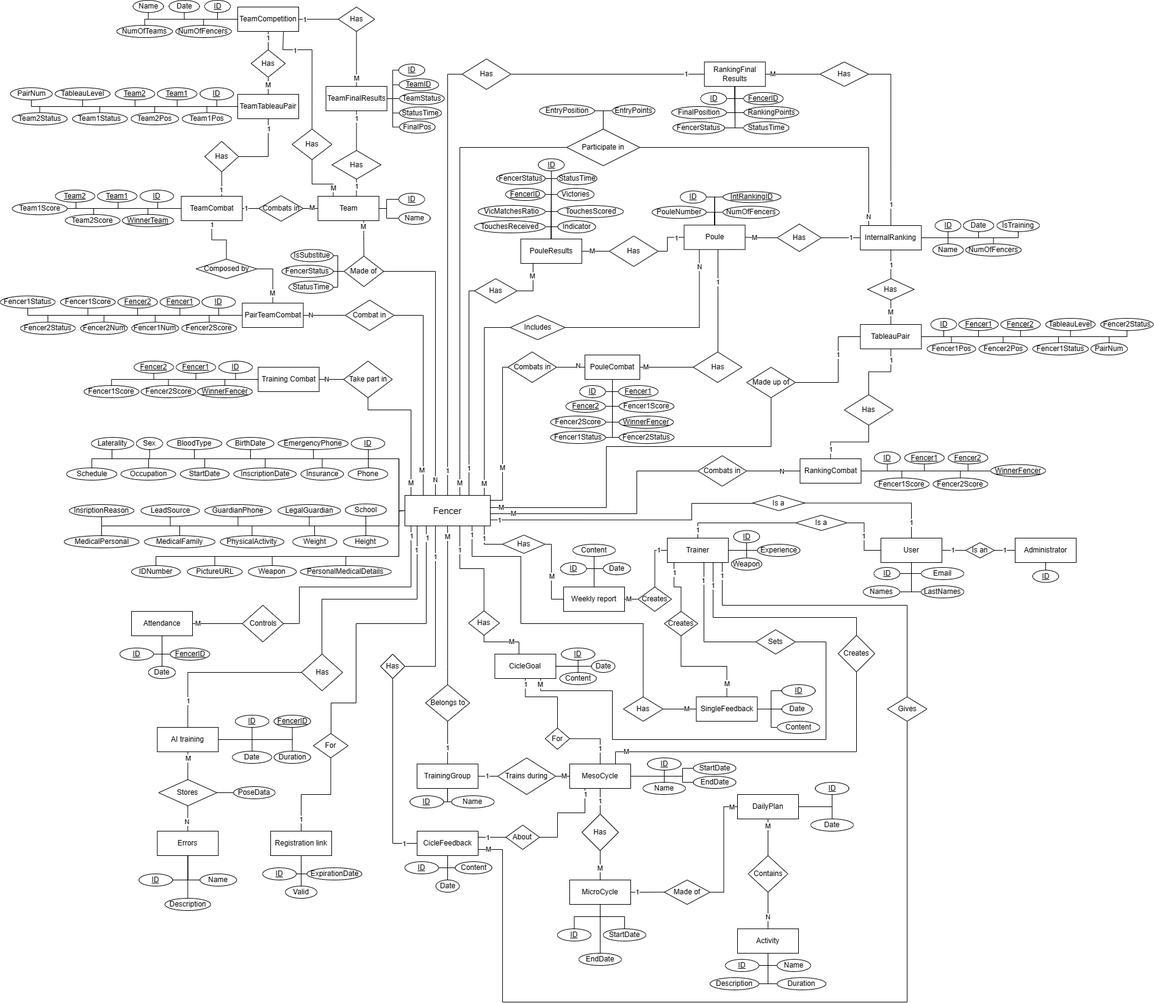
Diego-Hiriart/Capstone_Hiriart-Corales-Samaniego keeps this draw.io diagram as Design/Web app/Database ER diagram.png. Above is the earlier version. Source tidied: cells renumbered, new cells last; positions are measured from the earlier drawing's top-left corner, leaving out a move shared by most shapes.
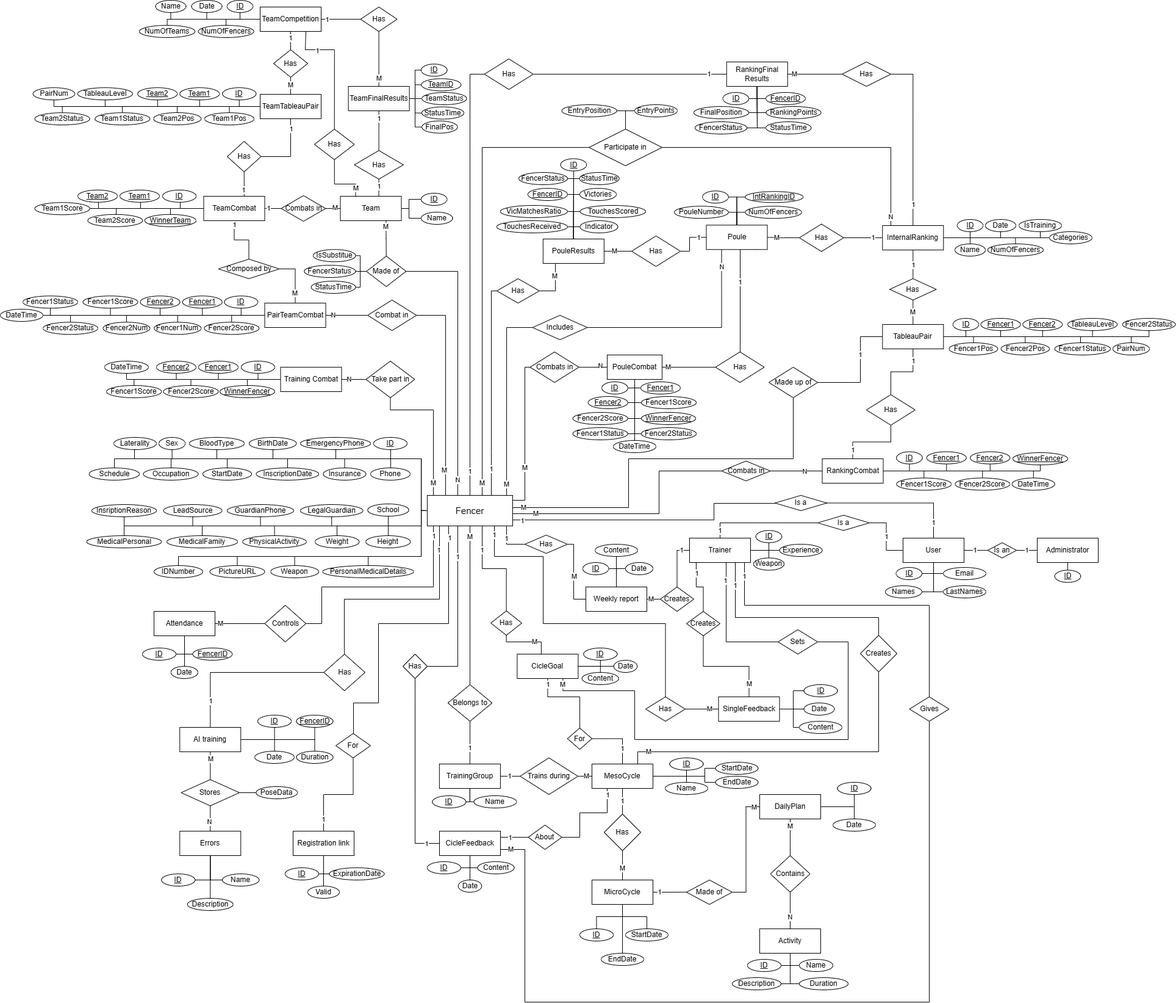
After the commit.

Commit message:
Added DateTime and categories fields

Change to the diagram source:
```diff
@@ -654,6 +654,13 @@
         </Array>
       </mxGeometry>
     </mxCell>
+    <mxCell id="597" style="edgeStyle=orthogonalEdgeStyle;rounded=0;jettySize=auto;html=1;exitX=0;exitY=0.5;exitDx=0;exitDy=0;entryX=0.5;entryY=1;entryDx=0;entryDy=0;endArrow=none;endFill=0;" parent="1" edge="1" source="107" target="602">
+      <mxGeometry relative="1" as="geometry">
+        <Array as="points">
+          <mxPoint x="170" y="621" />
+        </Array>
+      </mxGeometry>
+    </mxCell>
     <mxCell id="107" value="Training Combat" style="whiteSpace=wrap;html=1;align=center;" parent="1" vertex="1">
       <mxGeometry x="422.5" y="601" width="100" height="40" as="geometry" />
     </mxCell>
@@ -747,6 +754,9 @@
         </Array>
       </mxGeometry>
     </mxCell>
+    <mxCell id="598" style="edgeStyle=orthogonalEdgeStyle;rounded=0;jettySize=auto;html=1;exitX=1;exitY=0.5;exitDx=0;exitDy=0;endArrow=none;endFill=0;" parent="1" edge="1" source="123" target="603">
+      <mxGeometry relative="1" as="geometry" />
+    </mxCell>
     <mxCell id="123" value="InternalRanking" style="whiteSpace=wrap;html=1;align=center;" parent="1" vertex="1">
       <mxGeometry x="1409.3" y="369" width="100" height="40" as="geometry" />
     </mxCell>
@@ -1112,59 +1122,62 @@
     <mxCell id="196" style="edgeStyle=orthogonalEdgeStyle;rounded=0;jettySize=auto;html=1;exitX=0.5;exitY=1;exitDx=0;exitDy=0;entryX=1;entryY=0.5;entryDx=0;entryDy=0;endArrow=none;endFill=0;" parent="1" edge="1" source="204" target="465">
       <mxGeometry relative="1" as="geometry">
         <Array as="points">
-          <mxPoint x="1003" y="641" />
+          <mxPoint x="1003" y="635" />
         </Array>
       </mxGeometry>
     </mxCell>
     <mxCell id="197" style="edgeStyle=orthogonalEdgeStyle;rounded=0;jettySize=auto;html=1;exitX=0.5;exitY=1;exitDx=0;exitDy=0;entryX=0;entryY=0.5;entryDx=0;entryDy=0;endArrow=none;endFill=0;" parent="1" edge="1" source="204" target="471">
       <mxGeometry relative="1" as="geometry">
         <Array as="points">
-          <mxPoint x="1003" y="641" />
+          <mxPoint x="1003" y="635" />
         </Array>
       </mxGeometry>
     </mxCell>
     <mxCell id="198" style="edgeStyle=orthogonalEdgeStyle;rounded=0;jettySize=auto;html=1;exitX=0.5;exitY=1;exitDx=0;exitDy=0;entryX=1;entryY=0.5;entryDx=0;entryDy=0;endArrow=none;endFill=0;" parent="1" edge="1" source="204" target="467">
       <mxGeometry relative="1" as="geometry">
         <Array as="points">
-          <mxPoint x="1003" y="665" />
+          <mxPoint x="1003" y="659" />
         </Array>
       </mxGeometry>
     </mxCell>
     <mxCell id="199" style="edgeStyle=orthogonalEdgeStyle;rounded=0;jettySize=auto;html=1;exitX=0.5;exitY=1;exitDx=0;exitDy=0;entryX=0;entryY=0.5;entryDx=0;entryDy=0;endArrow=none;endFill=0;" parent="1" edge="1" source="204" target="468">
       <mxGeometry relative="1" as="geometry">
         <Array as="points">
-          <mxPoint x="1003" y="665" />
+          <mxPoint x="1003" y="659" />
         </Array>
       </mxGeometry>
     </mxCell>
     <mxCell id="200" style="edgeStyle=orthogonalEdgeStyle;rounded=0;jettySize=auto;html=1;exitX=0.5;exitY=1;exitDx=0;exitDy=0;entryX=1;entryY=0.5;entryDx=0;entryDy=0;endArrow=none;endFill=0;" parent="1" edge="1" source="204" target="469">
       <mxGeometry relative="1" as="geometry">
         <Array as="points">
-          <mxPoint x="1003" y="691" />
+          <mxPoint x="1003" y="685" />
         </Array>
       </mxGeometry>
     </mxCell>
     <mxCell id="201" style="edgeStyle=orthogonalEdgeStyle;rounded=0;jettySize=auto;html=1;exitX=0.5;exitY=1;exitDx=0;exitDy=0;entryX=0;entryY=0.5;entryDx=0;entryDy=0;endArrow=none;endFill=0;" parent="1" edge="1" source="204" target="470">
       <mxGeometry relative="1" as="geometry">
         <Array as="points">
-          <mxPoint x="1003" y="691" />
+          <mxPoint x="1003" y="685" />
         </Array>
       </mxGeometry>
     </mxCell>
     <mxCell id="202" style="edgeStyle=orthogonalEdgeStyle;rounded=0;jettySize=auto;html=1;exitX=0.5;exitY=1;exitDx=0;exitDy=0;entryX=1;entryY=0.5;entryDx=0;entryDy=0;endArrow=none;endFill=0;" parent="1" edge="1" source="204" target="593">
       <mxGeometry relative="1" as="geometry">
         <Array as="points">
-          <mxPoint x="1003" y="716" />
+          <mxPoint x="1003" y="710" />
         </Array>
       </mxGeometry>
     </mxCell>
     <mxCell id="203" style="edgeStyle=orthogonalEdgeStyle;rounded=0;jettySize=auto;html=1;exitX=0.5;exitY=1;exitDx=0;exitDy=0;entryX=0;entryY=0.5;entryDx=0;entryDy=0;endArrow=none;endFill=0;" parent="1" edge="1" source="204" target="594">
       <mxGeometry relative="1" as="geometry">
         <Array as="points">
-          <mxPoint x="1003" y="716" />
+          <mxPoint x="1003" y="710" />
         </Array>
       </mxGeometry>
     </mxCell>
+    <mxCell id="599" style="edgeStyle=orthogonalEdgeStyle;rounded=0;jettySize=auto;html=1;exitX=0.5;exitY=1;exitDx=0;exitDy=0;entryX=0.5;entryY=0;entryDx=0;entryDy=0;endArrow=none;endFill=0;" parent="1" edge="1" source="204" target="605">
+      <mxGeometry relative="1" as="geometry" />
+    </mxCell>
     <mxCell id="204" value="PouleCombat" style="whiteSpace=wrap;html=1;align=center;" parent="1" vertex="1">
       <mxGeometry x="958" y="581" width="90" height="40" as="geometry" />
     </mxCell>
@@ -1445,14 +1458,20 @@
         </Array>
       </mxGeometry>
     </mxCell>
-    <mxCell id="256" style="edgeStyle=orthogonalEdgeStyle;rounded=0;jettySize=auto;html=1;exitX=1;exitY=0.5;exitDx=0;exitDy=0;endArrow=none;endFill=0;" parent="1" edge="1" source="257" target="460">
+    <mxCell id="256" style="edgeStyle=orthogonalEdgeStyle;rounded=0;jettySize=auto;html=1;exitX=1;exitY=0.5;exitDx=0;exitDy=0;endArrow=none;endFill=0;entryX=0.5;entryY=1;entryDx=0;entryDy=0;" parent="1" edge="1" source="257" target="460">
       <mxGeometry relative="1" as="geometry">
         <Array as="points">
-          <mxPoint x="1583" y="771" />
-          <mxPoint x="1583" y="771" />
+          <mxPoint x="1668" y="771" />
         </Array>
       </mxGeometry>
     </mxCell>
+    <mxCell id="600" style="edgeStyle=orthogonalEdgeStyle;rounded=0;jettySize=auto;html=1;exitX=1;exitY=0.5;exitDx=0;exitDy=0;entryX=0.5;entryY=0;entryDx=0;entryDy=0;endArrow=none;endFill=0;" parent="1" edge="1" source="257" target="606">
+      <mxGeometry relative="1" as="geometry">
+        <Array as="points">
+          <mxPoint x="1657" y="771" />
+        </Array>
+      </mxGeometry>
+    </mxCell>
     <mxCell id="257" value="RankingCombat" style="whiteSpace=wrap;html=1;align=center;" parent="1" vertex="1">
       <mxGeometry x="1310.5" y="751" width="100" height="40" as="geometry" />
     </mxCell>
@@ -1471,7 +1490,7 @@
       </mxGeometry>
     </mxCell>
     <mxCell id="260" value="Combats in" style="shape=rhombus;perimeter=rhombusPerimeter;whiteSpace=wrap;html=1;align=center;" parent="1" vertex="1">
-      <mxGeometry x="1143" y="746" width="80" height="50" as="geometry" />
+      <mxGeometry x="1145.5" y="754.8" width="80" height="32.5" as="geometry" />
     </mxCell>
     <mxCell id="261" style="edgeStyle=orthogonalEdgeStyle;rounded=0;jettySize=auto;html=1;exitX=1;exitY=0.5;exitDx=0;exitDy=0;entryX=0.5;entryY=0;entryDx=0;entryDy=0;endArrow=none;endFill=0;" parent="1" edge="1" source="461" target="126">
       <mxGeometry relative="1" as="geometry">
@@ -2350,7 +2369,7 @@
       <mxGeometry x="1528.2" y="782.5" width="90" height="20" as="geometry" />
     </mxCell>
     <mxCell id="460" value="WinnerFencer" style="ellipse;whiteSpace=wrap;html=1;align=center;fontStyle=4;" parent="1" vertex="1">
-      <mxGeometry x="1623" y="760.5" width="90" height="20" as="geometry" />
+      <mxGeometry x="1623" y="741" width="90" height="20" as="geometry" />
     </mxCell>
     <mxCell id="461" value="EntryPosition" style="ellipse;whiteSpace=wrap;html=1;align=center;fontStyle=0;" parent="1" vertex="1">
       <mxGeometry x="883.6" y="171" width="90" height="20" as="geometry" />
@@ -2359,8 +2378,8 @@
       <mxGeometry relative="1" as="geometry">
         <mxPoint x="803" y="831" as="targetPoint" />
         <Array as="points">
-          <mxPoint x="1263" y="731" />
-          <mxPoint x="993" y="731" />
+          <mxPoint x="1263" y="751" />
+          <mxPoint x="993" y="751" />
           <mxPoint x="993" y="831" />
         </Array>
       </mxGeometry>
@@ -2374,25 +2393,25 @@
       <mxGeometry x="1223" y="601" width="80" height="50" as="geometry" />
     </mxCell>
     <mxCell id="465" value="ID" style="ellipse;whiteSpace=wrap;html=1;align=center;fontStyle=4;" parent="1" vertex="1">
-      <mxGeometry x="949.2" y="631" width="42.5" height="20" as="geometry" />
+      <mxGeometry x="949.2" y="625" width="42.5" height="20" as="geometry" />
     </mxCell>
     <mxCell id="466" value="Fencer1" style="ellipse;whiteSpace=wrap;html=1;align=center;fontStyle=4;" parent="1" vertex="1">
       <mxGeometry x="1481.8" y="739.5" width="65" height="20" as="geometry" />
     </mxCell>
     <mxCell id="467" value="Fencer2" style="ellipse;whiteSpace=wrap;html=1;align=center;fontStyle=4;" parent="1" vertex="1">
-      <mxGeometry x="926.8" y="655" width="65" height="20" as="geometry" />
+      <mxGeometry x="926.8" y="649" width="65" height="20" as="geometry" />
     </mxCell>
     <mxCell id="468" value="Fencer1Score" style="ellipse;whiteSpace=wrap;html=1;align=center;fontStyle=0;" parent="1" vertex="1">
-      <mxGeometry x="1014" y="655" width="90" height="20" as="geometry" />
+      <mxGeometry x="1014" y="649" width="90" height="20" as="geometry" />
     </mxCell>
     <mxCell id="469" value="Fencer2Score" style="ellipse;whiteSpace=wrap;html=1;align=center;fontStyle=0;" parent="1" vertex="1">
-      <mxGeometry x="901.8" y="681" width="90" height="20" as="geometry" />
+      <mxGeometry x="901.8" y="675" width="90" height="20" as="geometry" />
     </mxCell>
     <mxCell id="470" value="WinnerFencer" style="ellipse;whiteSpace=wrap;html=1;align=center;fontStyle=4;" parent="1" vertex="1">
-      <mxGeometry x="1014" y="681" width="89" height="20" as="geometry" />
+      <mxGeometry x="1014" y="675" width="89" height="20" as="geometry" />
     </mxCell>
     <mxCell id="471" value="Fencer1" style="ellipse;whiteSpace=wrap;html=1;align=center;fontStyle=4;" parent="1" vertex="1">
-      <mxGeometry x="1013" y="631" width="65" height="20" as="geometry" />
+      <mxGeometry x="1013" y="625" width="65" height="20" as="geometry" />
     </mxCell>
     <mxCell id="472" value="ID" style="ellipse;whiteSpace=wrap;html=1;align=center;fontStyle=4;" parent="1" vertex="1">
       <mxGeometry x="881.6" y="259.5" width="42.5" height="20" as="geometry" />
@@ -2718,6 +2737,9 @@
         </Array>
       </mxGeometry>
     </mxCell>
+    <mxCell id="601" style="edgeStyle=orthogonalEdgeStyle;rounded=0;jettySize=auto;html=1;exitX=0;exitY=0.5;exitDx=0;exitDy=0;entryX=1;entryY=0.5;entryDx=0;entryDy=0;endArrow=none;endFill=0;" parent="1" edge="1" source="558" target="604">
+      <mxGeometry relative="1" as="geometry" />
+    </mxCell>
     <mxCell id="558" value="PairTeamCombat" style="whiteSpace=wrap;html=1;align=center;" parent="1" vertex="1">
       <mxGeometry x="396.5" y="496" width="100" height="40" as="geometry" />
     </mxCell>
@@ -2856,10 +2878,10 @@
       <mxGeometry x="654.1" y="174.6" width="68.9" height="20" as="geometry" />
     </mxCell>
     <mxCell id="593" value="Fencer1Status" style="ellipse;whiteSpace=wrap;html=1;align=center;fontStyle=0;" parent="1" vertex="1">
-      <mxGeometry x="901.8" y="706" width="90" height="20" as="geometry" />
+      <mxGeometry x="901.8" y="700" width="90" height="20" as="geometry" />
     </mxCell>
     <mxCell id="594" value="Fencer2Status" style="ellipse;whiteSpace=wrap;html=1;align=center;fontStyle=0;" parent="1" vertex="1">
-      <mxGeometry x="1014" y="706" width="90" height="20" as="geometry" />
+      <mxGeometry x="1014" y="700" width="90" height="20" as="geometry" />
     </mxCell>
     <mxCell id="595" value="PairNum" style="ellipse;whiteSpace=wrap;html=1;align=center;fontStyle=0;" parent="1" vertex="1">
       <mxGeometry x="16.6" y="143.2" width="68.5" height="20" as="geometry" />
@@ -2867,5 +2889,20 @@
     <mxCell id="596" value="PairNum" style="ellipse;whiteSpace=wrap;html=1;align=center;fontStyle=0;" parent="1" vertex="1">
       <mxGeometry x="1787" y="561" width="60" height="20" as="geometry" />
     </mxCell>
+    <mxCell id="602" value="DateTime" style="ellipse;whiteSpace=wrap;html=1;align=center;fontStyle=0;" parent="1" vertex="1">
+      <mxGeometry x="133.9" y="591" width="72" height="20" as="geometry" />
+    </mxCell>
+    <mxCell id="603" value="Categories" style="ellipse;whiteSpace=wrap;html=1;align=center;fontStyle=0;" parent="1" vertex="1">
+      <mxGeometry x="1683" y="379" width="70" height="20" as="geometry" />
+    </mxCell>
+    <mxCell id="604" value="DateTime" style="ellipse;whiteSpace=wrap;html=1;align=center;fontStyle=0;" parent="1" vertex="1">
+      <mxGeometry x="-37" y="506" width="70" height="20" as="geometry" />
+    </mxCell>
+    <mxCell id="605" value="DateTime" style="ellipse;whiteSpace=wrap;html=1;align=center;fontStyle=0;" parent="1" vertex="1">
+      <mxGeometry x="968" y="721" width="70" height="20" as="geometry" />
+    </mxCell>
+    <mxCell id="606" value="DateTime" style="ellipse;whiteSpace=wrap;html=1;align=center;fontStyle=0;" parent="1" vertex="1">
+      <mxGeometry x="1621.8" y="782.5" width="70" height="20" as="geometry" />
+    </mxCell>
   </root>
 </mxGraphModel>
```
